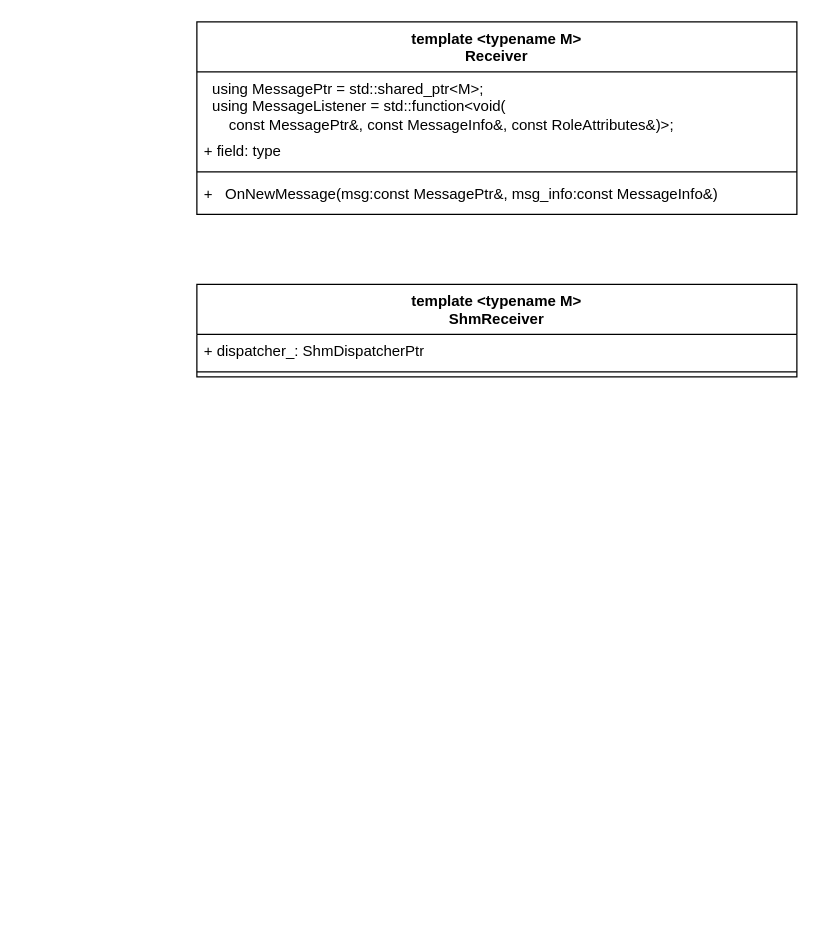
Before: cyber.drawio in m1018/ChaoStudy, a draw.io diagram. Source tidied: cells renumbered, new cells numbered last; positions are measured from the earlier drawing's top-left corner, leaving out a move shared by most shapes. Both pictures are drawn from the tidied source at 125%, with x=0, y=0 at pixel (196, 21).
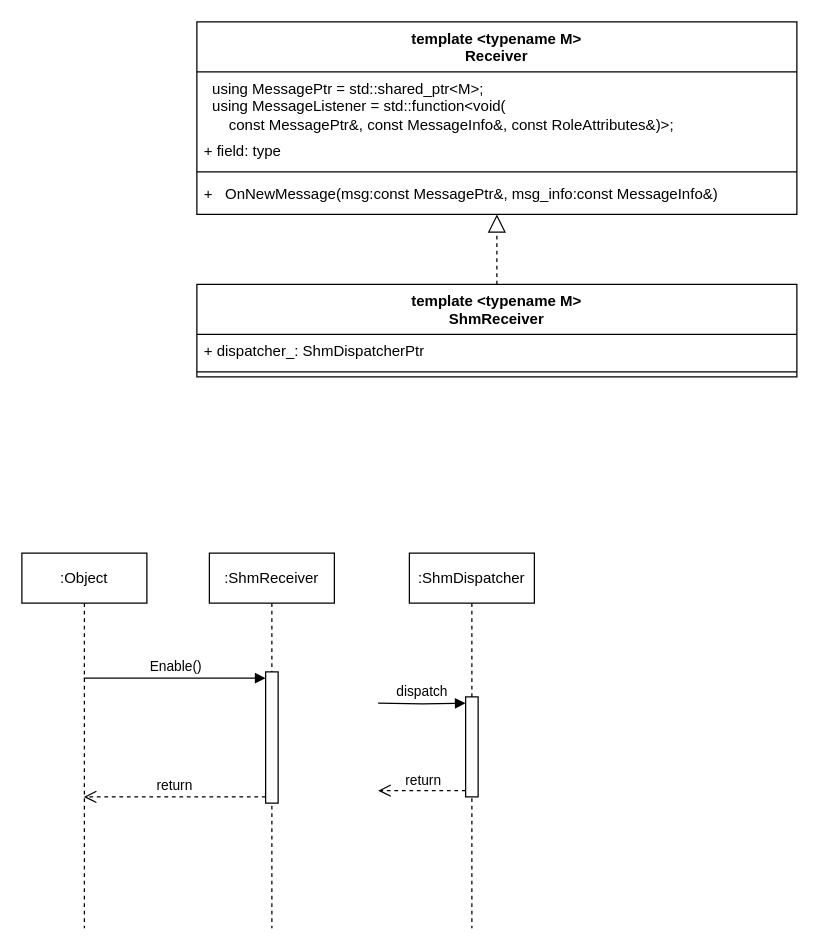
After the change.

Unchanged cells that the change refers to:
```xml
<mxCell id="2" value="template &amp;lt;typename M&amp;gt;&lt;br&gt;Receiver" style="swimlane;fontStyle=1;align=center;verticalAlign=top;horizontal=1;startSize=40;whiteSpace=wrap;html=1;" parent="1" vertex="1">
  <mxGeometry width="480" height="154" as="geometry" />
</mxCell>
<mxCell id="7" value="template &amp;lt;typename M&amp;gt;&lt;br&gt;ShmReceiver" style="swimlane;fontStyle=1;align=center;verticalAlign=top;horizontal=1;startSize=40;whiteSpace=wrap;html=1;" parent="1" vertex="1">
  <mxGeometry y="210" width="480" height="74" as="geometry" />
</mxCell>
```

What changed in the source:
```diff
@@
+    <mxCell id="10" style="endArrow=block;dashed=1;endFill=0;endSize=12;html=1;rounded=0;edgeStyle=orthogonalEdgeStyle;" parent="1" edge="1" source="7" target="2">
+      <mxGeometry relative="1" as="geometry" />
+    </mxCell>
+    <mxCell id="11" value=":ShmReceiver" style="shape=umlLifeline;perimeter=lifelinePerimeter;whiteSpace=wrap;html=1;newEdgeStyle={&quot;curved&quot;:0,&quot;rounded&quot;:0};" parent="1" vertex="1">
+      <mxGeometry x="10" y="425" width="100" height="300" as="geometry" />
+    </mxCell>
+    <mxCell id="12" style="html=1;points=[[0,0,0,0,5],[0,1,0,0,-5],[1,0,0,0,5],[1,1,0,0,-5]];perimeter=orthogonalPerimeter;outlineConnect=0;targetShapes=umlLifeline;portConstraint=eastwest;newEdgeStyle={&quot;curved&quot;:0,&quot;rounded&quot;:0};" parent="11" vertex="1">
+      <mxGeometry x="45" y="95" width="10" height="105" as="geometry" />
+    </mxCell>
+    <mxCell id="13" value=":Object" style="shape=umlLifeline;perimeter=lifelinePerimeter;whiteSpace=wrap;html=1;outlineConnect=0;portConstraint=eastwest;newEdgeStyle={&quot;curved&quot;:0,&quot;rounded&quot;:0};" parent="1" vertex="1">
+      <mxGeometry x="-140" y="425" width="100" height="300" as="geometry" />
+    </mxCell>
+    <mxCell id="14" value="Enable()" style="html=1;verticalAlign=bottom;endArrow=block;curved=0;rounded=0;entryX=0;entryY=0;entryDx=0;entryDy=5;edgeStyle=orthogonalEdgeStyle;" parent="1" edge="1" source="13" target="12">
+      <mxGeometry relative="1" as="geometry">
+        <Array as="points">
+          <mxPoint x="-50" y="525" />
+          <mxPoint x="-50" y="525" />
+        </Array>
+      </mxGeometry>
+    </mxCell>
+    <mxCell id="15" value="return" style="html=1;verticalAlign=bottom;endArrow=open;dashed=1;endSize=8;curved=0;rounded=0;exitX=0;exitY=1;exitDx=0;exitDy=-5;edgeStyle=orthogonalEdgeStyle;" parent="1" edge="1" source="12" target="13">
+      <mxGeometry relative="1" as="geometry">
+        <Array as="points">
+          <mxPoint x="20" y="620" />
+          <mxPoint x="20" y="620" />
+        </Array>
+      </mxGeometry>
+    </mxCell>
+    <mxCell id="16" value=":ShmDispatcher" style="shape=umlLifeline;perimeter=lifelinePerimeter;whiteSpace=wrap;html=1;newEdgeStyle={&quot;curved&quot;:0,&quot;rounded&quot;:0};" parent="1" vertex="1">
+      <mxGeometry x="170" y="425" width="100" height="300" as="geometry" />
+    </mxCell>
+    <mxCell id="17" style="html=1;points=[[0,0,0,0,5],[0,1,0,0,-5],[1,0,0,0,5],[1,1,0,0,-5]];perimeter=orthogonalPerimeter;outlineConnect=0;targetShapes=umlLifeline;portConstraint=eastwest;newEdgeStyle={&quot;curved&quot;:0,&quot;rounded&quot;:0};" parent="16" vertex="1">
+      <mxGeometry x="45" y="115" width="10" height="80" as="geometry" />
+    </mxCell>
+    <mxCell id="18" value="dispatch" style="html=1;verticalAlign=bottom;endArrow=block;curved=0;rounded=0;entryX=0;entryY=0;entryDx=0;entryDy=5;edgeStyle=orthogonalEdgeStyle;" parent="16" edge="1" target="17">
+      <mxGeometry relative="1" as="geometry">
+        <mxPoint x="-25" y="120" as="sourcePoint" />
+      </mxGeometry>
+    </mxCell>
+    <mxCell id="19" value="return" style="html=1;verticalAlign=bottom;endArrow=open;dashed=1;endSize=8;curved=0;rounded=0;exitX=0;exitY=1;exitDx=0;exitDy=-5;edgeStyle=orthogonalEdgeStyle;" parent="16" edge="1" source="17">
+      <mxGeometry relative="1" as="geometry">
+        <mxPoint x="-25" y="190" as="targetPoint" />
+      </mxGeometry>
+    </mxCell>
```
